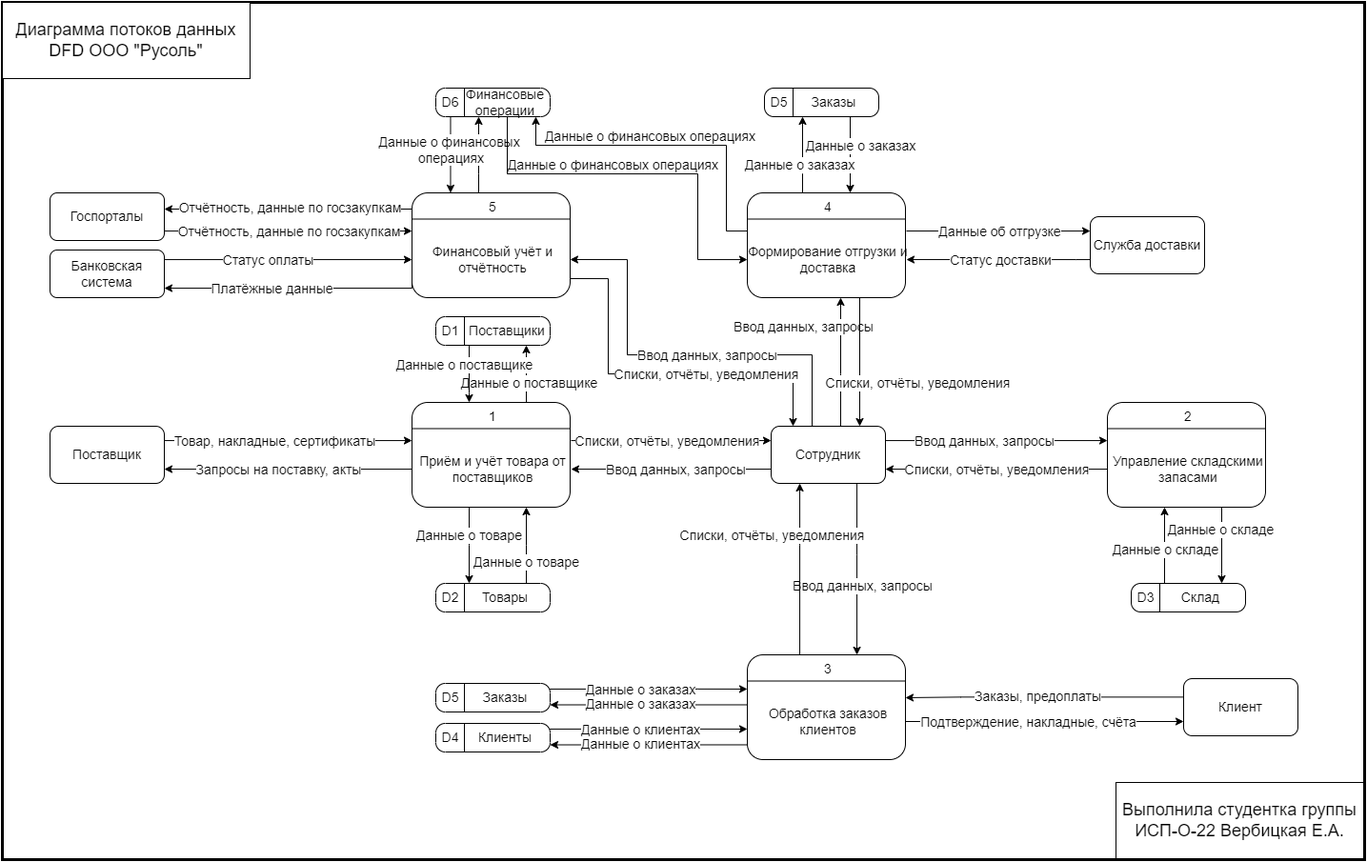
This is media/диаграммы/Диаграммы  - Русоль-DFD.drawio.png from ColdenI/Diploma-IS-wholesale-of-salt, a draw.io export, as it was before one commit. Source tidied: cells renumbered, new cells last; positions are measured from the earlier drawing's top-left corner, leaving out a move shared by most shapes.
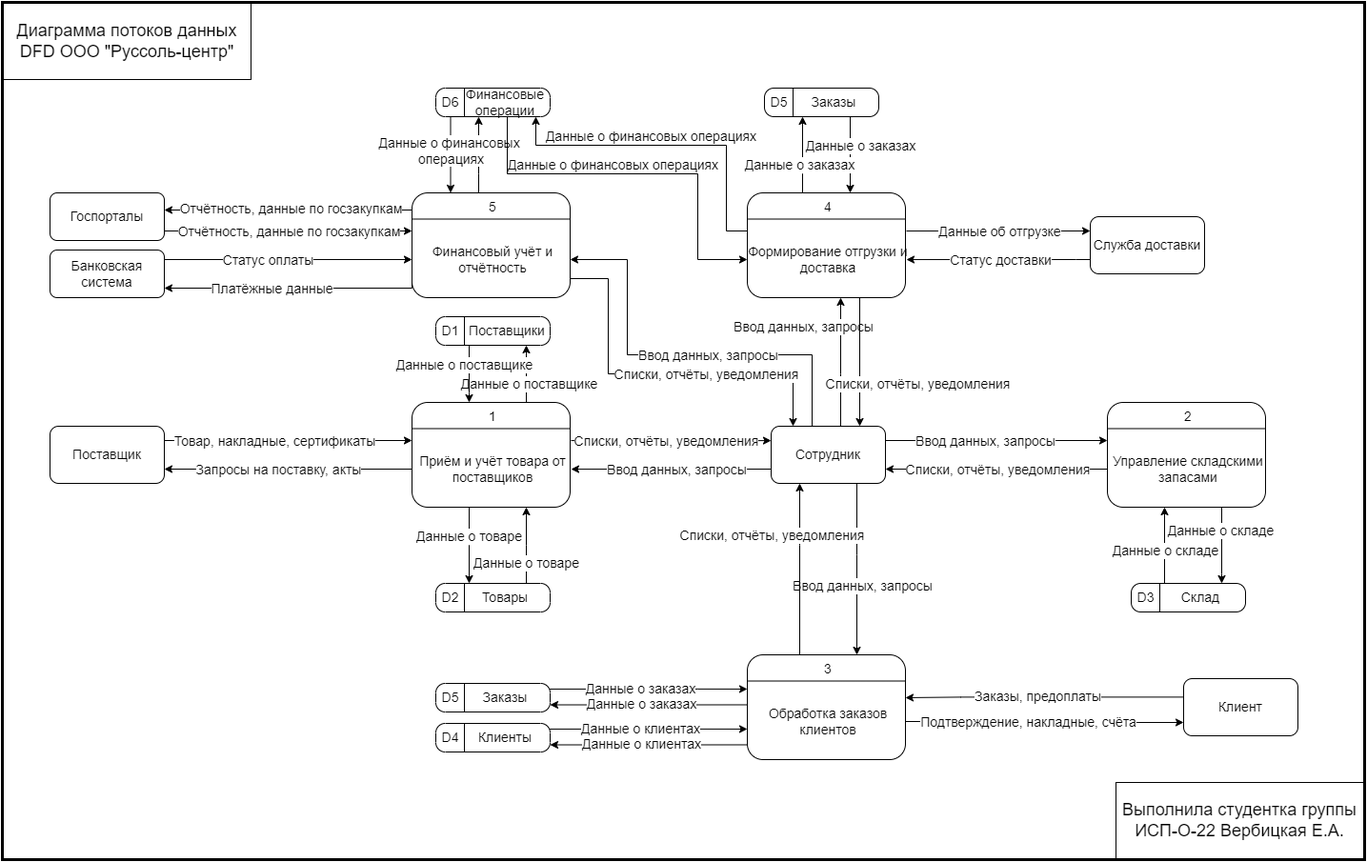
Later version of the same file.

Diff of the diagram source:
```diff
@@ -676,8 +676,8 @@
         <mxPoint x="9" y="2" as="offset" />
       </mxGeometry>
     </mxCell>
-    <mxCell id="140" value="&lt;span style=&quot;text-align: left; font-size: 18px;&quot;&gt;&lt;font style=&quot;font-size: 18px;&quot; face=&quot;YS Text, Helvetica Neue, Helvetica, Arial, sans-serif&quot;&gt;&lt;span style=&quot;font-size: 18px;&quot;&gt;Диаграмма потоков данных DFD ООО &quot;Русоль&quot;&lt;/span&gt;&lt;/font&gt;&lt;/span&gt;" style="rounded=0;whiteSpace=wrap;html=1;fontColor=default;labelBackgroundColor=none;fontSize=18;" parent="1" vertex="1">
-      <mxGeometry width="260" height="80" as="geometry" />
+    <mxCell id="140" value="&lt;span style=&quot;text-align: left; font-size: 18px;&quot;&gt;&lt;font style=&quot;font-size: 18px;&quot; face=&quot;YS Text, Helvetica Neue, Helvetica, Arial, sans-serif&quot;&gt;&lt;span style=&quot;font-size: 18px;&quot;&gt;Диаграмма потоков данных DFD ООО &quot;Руссоль&lt;/span&gt;&lt;/font&gt;&lt;/span&gt;&lt;span style=&quot;font-family: &amp;quot;YS Text&amp;quot;, &amp;quot;Helvetica Neue&amp;quot;, Helvetica, Arial, sans-serif; text-align: left;&quot;&gt;-центр&lt;/span&gt;&lt;span style=&quot;text-align: left; font-size: 18px;&quot;&gt;&lt;font style=&quot;font-size: 18px;&quot; face=&quot;YS Text, Helvetica Neue, Helvetica, Arial, sans-serif&quot;&gt;&lt;span style=&quot;font-size: 18px;&quot;&gt;&quot;&lt;/span&gt;&lt;/font&gt;&lt;/span&gt;" style="rounded=0;whiteSpace=wrap;html=1;fontColor=default;labelBackgroundColor=none;fontSize=18;" parent="1" vertex="1">
+      <mxGeometry x="1" y="1" width="260" height="80" as="geometry" />
     </mxCell>
     <mxCell id="141" value="Выполнила студентка группы ИСП-О-22&amp;nbsp;Вербицкая Е.А." style="rounded=0;whiteSpace=wrap;html=1;fontSize=18;" parent="1" vertex="1">
       <mxGeometry x="1169" y="819" width="260" height="80" as="geometry" />
```
